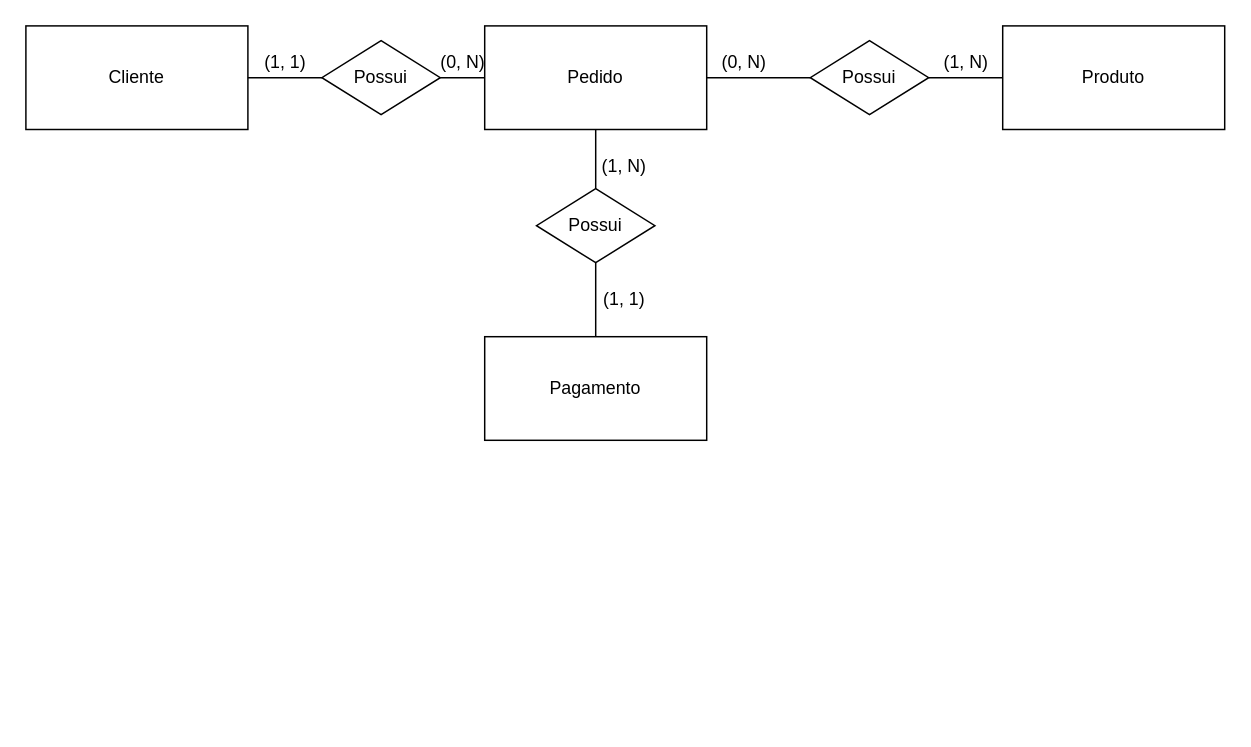
Earlier version of the draw.io diagram page "Modelo Conceitual" (1 of 3) of ProjetoEcommerce.drawio (renencosta/ProjetoECommerce-Modelagem-de-dados-). Source tidied: cells renumbered, new cells numbered last; positions are measured from the earlier drawing's top-left corner, leaving out a move shared by most shapes. Both pictures are drawn from the tidied source at 148%, with x=0, y=0 at pixel (25, 25).
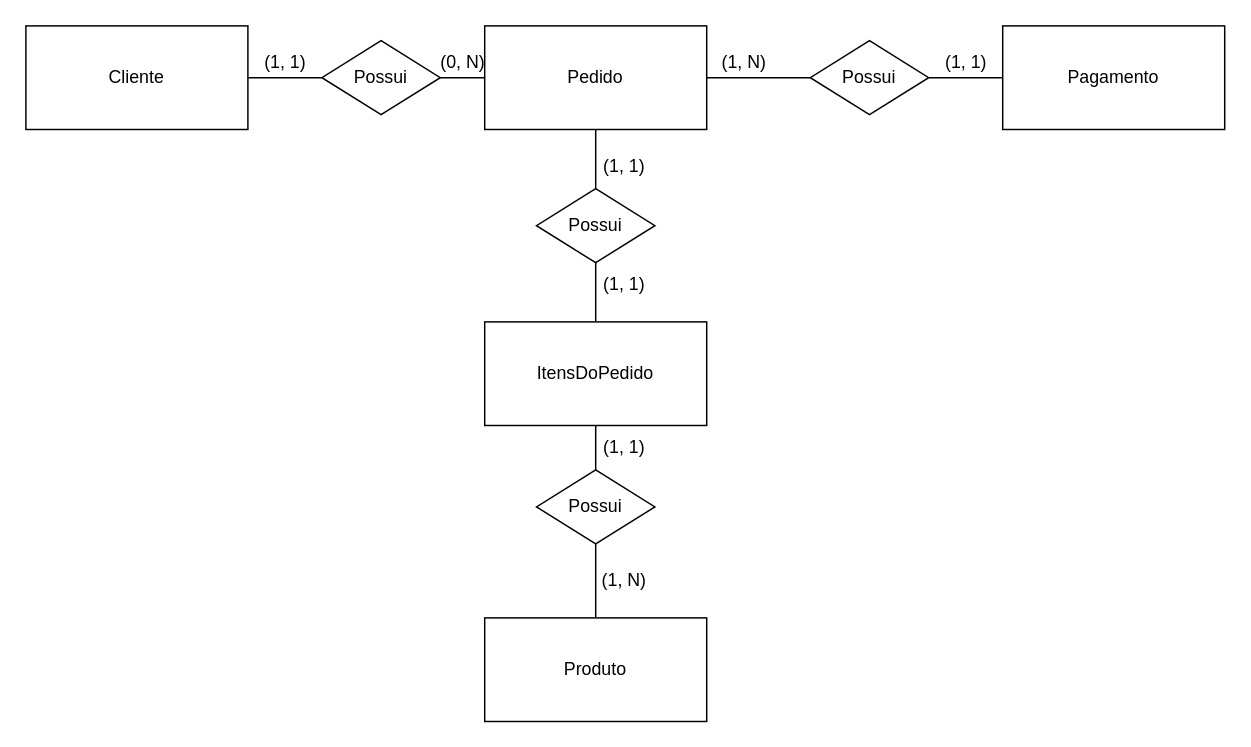
The same page after the edit.

Unchanged cells that the change refers to:
```xml
<mxCell id="8" value="Possui" style="shape=rhombus;perimeter=rhombusPerimeter;whiteSpace=wrap;html=1;align=center;" parent="1" vertex="1">
  <mxGeometry x="530" y="10" width="80" height="50" as="geometry" />
</mxCell>
```

Diff of the diagram source:
```diff
@@
+    <mxCell id="21" style="edgeStyle=orthogonalEdgeStyle;rounded=0;jettySize=auto;html=1;entryX=0.5;entryY=1;entryDx=0;entryDy=0;endArrow=none;startFill=0;" parent="1" edge="1" source="3" target="25">
+      <mxGeometry relative="1" as="geometry" />
+    </mxCell>
     <mxCell id="3" value="Produto" style="whiteSpace=wrap;html=1;align=center;" parent="1" vertex="1">
-      <mxGeometry x="660" width="150" height="70" as="geometry" />
+      <mxGeometry x="310" y="400" width="150" height="70" as="geometry" />
     </mxCell>
@@
     <mxCell id="6" value="Pagamento" style="whiteSpace=wrap;html=1;align=center;" parent="1" vertex="1">
-      <mxGeometry x="310" y="210" width="150" height="70" as="geometry" />
+      <mxGeometry x="660" width="150" height="70" as="geometry" />
     </mxCell>
@@
-    <mxCell id="9" style="edgeStyle=orthogonalEdgeStyle;rounded=0;jettySize=auto;html=1;endArrow=none;startFill=0;" parent="1" edge="1" source="10" target="6">
-      <mxGeometry relative="1" as="geometry" />
-    </mxCell>
-    <mxCell id="10" value="Possui" style="shape=rhombus;perimeter=rhombusPerimeter;whiteSpace=wrap;html=1;align=center;" parent="1" vertex="1">
-      <mxGeometry x="345" y="110" width="80" height="50" as="geometry" />
-    </mxCell>
@@
-    <mxCell id="14" style="endArrow=none;html=1;rounded=0;exitX=1;exitY=0.5;exitDx=0;exitDy=0;entryX=0;entryY=0.5;entryDx=0;entryDy=0;" parent="1" edge="1" source="8" target="3">
+    <mxCell id="14" style="endArrow=none;html=1;rounded=0;exitX=1;exitY=0.5;exitDx=0;exitDy=0;entryX=0;entryY=0.5;entryDx=0;entryDy=0;" parent="1" edge="1" source="8" target="6">
       <mxGeometry relative="1" as="geometry" />
     </mxCell>
@@
-    <mxCell id="17" value="(0, N)" style="text;html=1;align=center;verticalAlign=middle;strokeColor=none;fillColor=none;" parent="1" vertex="1">
+    <mxCell id="17" value="(1, N)" style="text;html=1;align=center;verticalAlign=middle;strokeColor=none;fillColor=none;" parent="1" vertex="1">
       <mxGeometry x="460" y="10" width="50" height="30" as="geometry" />
     </mxCell>
-    <mxCell id="18" value="(1, N)" style="text;html=1;align=center;verticalAlign=middle;strokeColor=none;fillColor=none;" parent="1" vertex="1">
+    <mxCell id="18" value="(1, 1)" style="text;html=1;align=center;verticalAlign=middle;strokeColor=none;fillColor=none;" parent="1" vertex="1">
       <mxGeometry x="610" y="10" width="50" height="30" as="geometry" />
     </mxCell>
+    <mxCell id="22" style="edgeStyle=orthogonalEdgeStyle;rounded=0;jettySize=auto;html=1;endArrow=none;startFill=0;" parent="1" edge="1" source="23" target="25">
+      <mxGeometry relative="1" as="geometry" />
+    </mxCell>
+    <mxCell id="23" value="ItensDoPedido" style="whiteSpace=wrap;html=1;align=center;" parent="1" vertex="1">
+      <mxGeometry x="310" y="200" width="150" height="70" as="geometry" />
+    </mxCell>
+    <mxCell id="24" style="edgeStyle=orthogonalEdgeStyle;rounded=0;jettySize=auto;html=1;endArrow=none;startFill=0;" parent="1" edge="1" source="10" target="23">
+      <mxGeometry relative="1" as="geometry" />
+    </mxCell>
+    <mxCell id="10" value="Possui" style="shape=rhombus;perimeter=rhombusPerimeter;whiteSpace=wrap;html=1;align=center;" parent="1" vertex="1">
+      <mxGeometry x="345" y="110" width="80" height="50" as="geometry" />
+    </mxCell>
+    <mxCell id="25" value="Possui" style="shape=rhombus;perimeter=rhombusPerimeter;whiteSpace=wrap;html=1;align=center;" parent="1" vertex="1">
+      <mxGeometry x="345" y="300" width="80" height="50" as="geometry" />
+    </mxCell>
+    <mxCell id="26" value="(1, 1)" style="text;html=1;align=center;verticalAlign=middle;strokeColor=none;fillColor=none;" parent="1" vertex="1">
+      <mxGeometry x="379" y="80" width="50" height="30" as="geometry" />
+    </mxCell>
+    <mxCell id="27" value="(1, 1)" style="text;html=1;align=center;verticalAlign=middle;strokeColor=none;fillColor=none;" parent="1" vertex="1">
+      <mxGeometry x="379" y="160" width="50" height="30" as="geometry" />
+    </mxCell>
+    <mxCell id="28" value="(1, 1)" style="text;html=1;align=center;verticalAlign=middle;strokeColor=none;fillColor=none;" parent="1" vertex="1">
+      <mxGeometry x="379" y="270" width="50" height="30" as="geometry" />
+    </mxCell>
     <mxCell id="19" value="(1, N)" style="text;html=1;align=center;verticalAlign=middle;strokeColor=none;fillColor=none;" parent="1" vertex="1">
-      <mxGeometry x="379" y="80" width="50" height="30" as="geometry" />
+      <mxGeometry x="379" y="360" width="50" height="30" as="geometry" />
     </mxCell>
-    <mxCell id="20" value="(1, 1)" style="text;html=1;align=center;verticalAlign=middle;strokeColor=none;fillColor=none;" parent="1" vertex="1">
-      <mxGeometry x="379" y="170" width="50" height="30" as="geometry" />
-    </mxCell>
```
